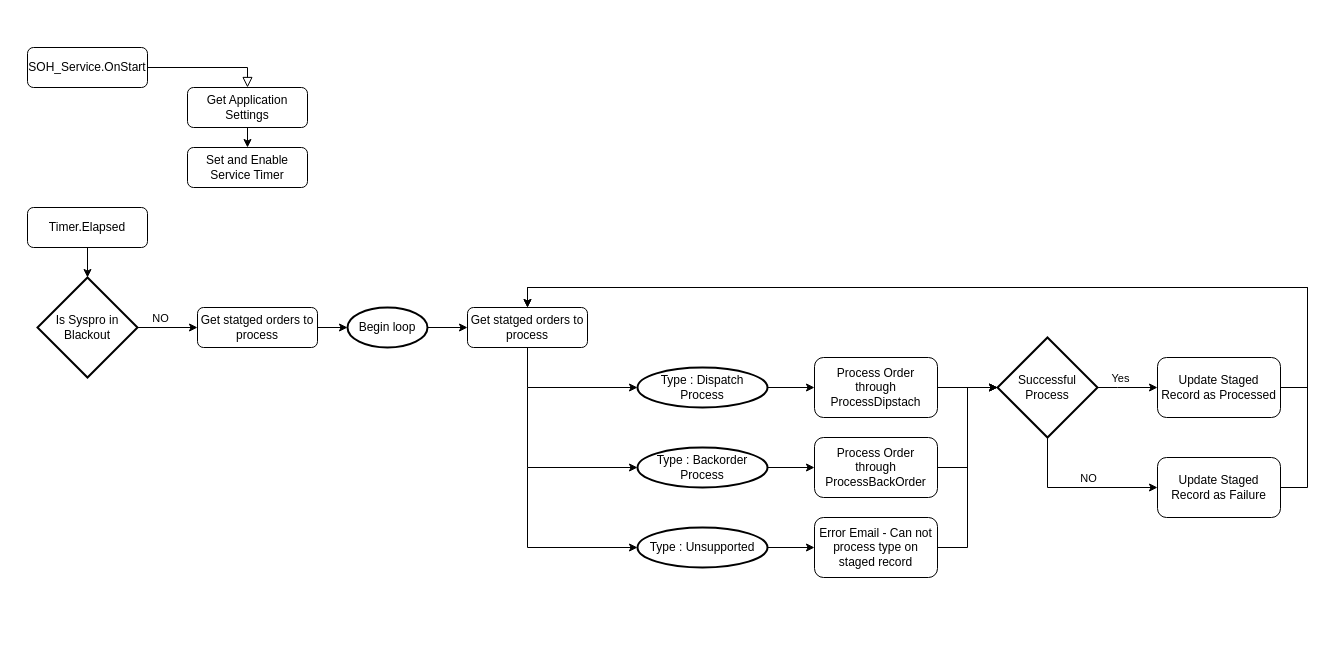
Earlier version of the draw.io diagram page "Main Service Routine" (2 of 4) of Tickets/Normal Tickets/Ticket 32322 - SCT PO Automation/NewVersionSOHservice.drawio (DevJustinP/WIP). Source tidied: cells renumbered, new cells numbered last; positions are measured from the earlier drawing's top-left corner, leaving out a move shared by most shapes. Both pictures are drawn from the tidied source at 100%, with x=0, y=0 at pixel (27, 47).
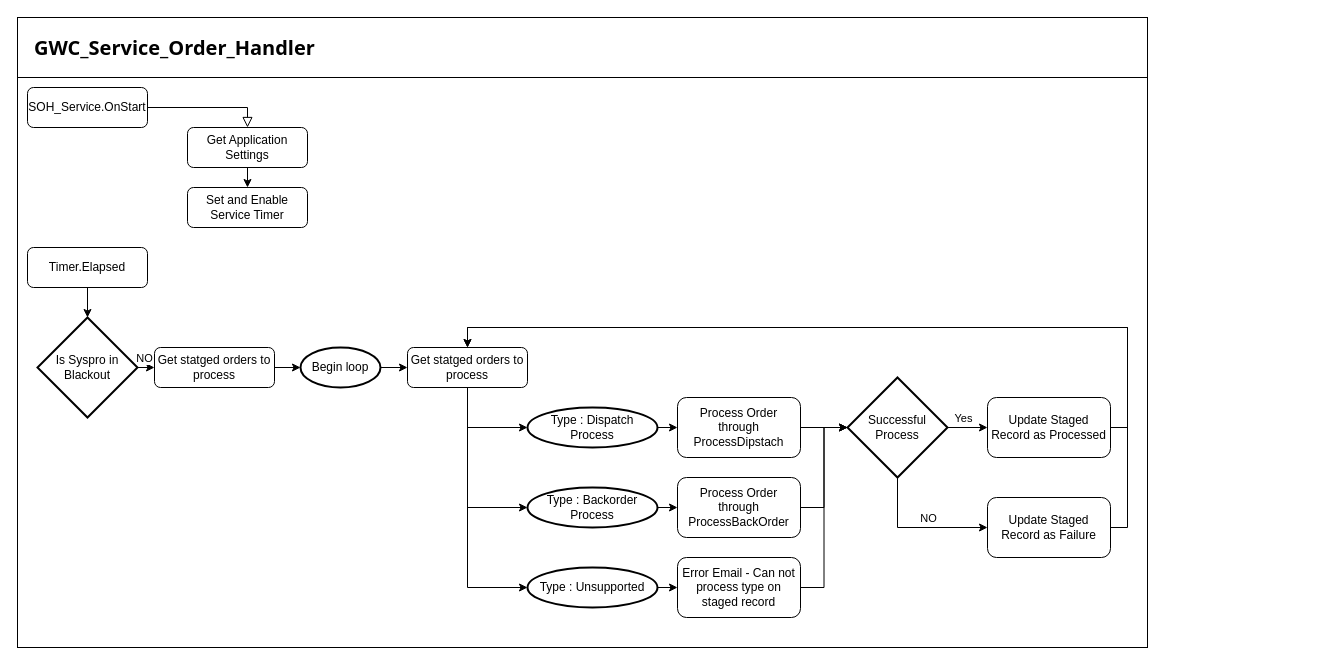
Above is the later version.

Change to the diagram source:
```diff
@@
+    <mxCell id="41" value="GWC_Service_Order_Handler" style="rounded=0;whiteSpace=wrap;html=1;fontFamily=Tahoma;fontStyle=1;fontSize=20;align=left;spacingLeft=15;" parent="1" vertex="1">
+      <mxGeometry x="-10" y="-30" width="1130" height="60" as="geometry" />
+    </mxCell>
+    <mxCell id="42" style="rounded=0;whiteSpace=wrap;html=1;fontFamily=Tahoma;fontSize=20;" parent="1" vertex="1">
+      <mxGeometry x="-10" y="30" width="1130" height="570" as="geometry" />
+    </mxCell>
@@
     <mxCell id="3" value="SOH_Service.OnStart" style="rounded=1;whiteSpace=wrap;html=1;fontSize=12;glass=0;strokeWidth=1;shadow=0;" parent="1" vertex="1">
-      <mxGeometry width="120" height="40" as="geometry" />
+      <mxGeometry y="40" width="120" height="40" as="geometry" />
     </mxCell>
@@
     <mxCell id="5" value="Get Application Settings" style="rounded=1;whiteSpace=wrap;html=1;fontSize=12;glass=0;strokeWidth=1;shadow=0;" parent="1" vertex="1">
-      <mxGeometry x="160" y="40" width="120" height="40" as="geometry" />
+      <mxGeometry x="160" y="80" width="120" height="40" as="geometry" />
     </mxCell>
     <mxCell id="6" value="Set and Enable Service Timer" style="rounded=1;whiteSpace=wrap;html=1;fontSize=12;glass=0;strokeWidth=1;shadow=0;" parent="1" vertex="1">
-      <mxGeometry x="160" y="100" width="120" height="40" as="geometry" />
+      <mxGeometry x="160" y="140" width="120" height="40" as="geometry" />
     </mxCell>
@@
     <mxCell id="8" value="Timer.Elapsed" style="rounded=1;whiteSpace=wrap;html=1;fontSize=12;glass=0;strokeWidth=1;shadow=0;" parent="1" vertex="1">
-      <mxGeometry y="160" width="120" height="40" as="geometry" />
+      <mxGeometry y="200" width="120" height="40" as="geometry" />
     </mxCell>
@@
     <mxCell id="11" value="Is Syspro in Blackout" style="strokeWidth=2;html=1;shape=mxgraph.flowchart.decision;whiteSpace=wrap;" parent="1" vertex="1">
-      <mxGeometry x="10" y="230" width="100" height="100" as="geometry" />
+      <mxGeometry x="10" y="270" width="100" height="100" as="geometry" />
     </mxCell>
@@
+    <mxCell id="43" style="edgeStyle=orthogonalEdgeStyle;rounded=0;jettySize=auto;html=1;entryX=0;entryY=0.5;entryDx=0;entryDy=0;entryPerimeter=0;" parent="1" edge="1" source="13" target="23">
+      <mxGeometry relative="1" as="geometry" />
+    </mxCell>
     <mxCell id="13" value="Get statged orders to process" style="rounded=1;whiteSpace=wrap;html=1;fontSize=12;glass=0;strokeWidth=1;shadow=0;" parent="1" vertex="1">
-      <mxGeometry x="440" y="260" width="120" height="40" as="geometry" />
+      <mxGeometry x="380" y="300" width="120" height="40" as="geometry" />
     </mxCell>
@@
     <mxCell id="15" value="Begin loop" style="strokeWidth=2;html=1;shape=mxgraph.flowchart.start_1;whiteSpace=wrap;" parent="1" vertex="1">
-      <mxGeometry x="320" y="260" width="80" height="40" as="geometry" />
+      <mxGeometry x="273" y="300" width="80" height="40" as="geometry" />
     </mxCell>
@@
     <mxCell id="17" value="Get statged orders to process" style="rounded=1;whiteSpace=wrap;html=1;fontSize=12;glass=0;strokeWidth=1;shadow=0;" parent="1" vertex="1">
-      <mxGeometry x="170" y="260" width="120" height="40" as="geometry" />
+      <mxGeometry x="127" y="300" width="120" height="40" as="geometry" />
     </mxCell>
@@
     <mxCell id="19" value="Type : Backorder Process" style="strokeWidth=2;html=1;shape=mxgraph.flowchart.start_1;whiteSpace=wrap;" parent="1" vertex="1">
-      <mxGeometry x="610" y="400" width="130" height="40" as="geometry" />
+      <mxGeometry x="500" y="440" width="130" height="40" as="geometry" />
     </mxCell>
@@
     <mxCell id="21" value="Type : Dispatch Process" style="strokeWidth=2;html=1;shape=mxgraph.flowchart.start_1;whiteSpace=wrap;" parent="1" vertex="1">
-      <mxGeometry x="610" y="320" width="130" height="40" as="geometry" />
+      <mxGeometry x="500" y="360" width="130" height="40" as="geometry" />
     </mxCell>
@@
-    <mxCell id="23" value="Type : Unsupported" style="strokeWidth=2;html=1;shape=mxgraph.flowchart.start_1;whiteSpace=wrap;" parent="1" vertex="1">
-      <mxGeometry x="610" y="480" width="130" height="40" as="geometry" />
-    </mxCell>
-    <mxCell id="24" style="edgeStyle=orthogonalEdgeStyle;rounded=0;jettySize=auto;html=1;entryX=0;entryY=0.5;entryDx=0;entryDy=0;entryPerimeter=0;" parent="1" edge="1" target="19">
-      <mxGeometry relative="1" as="geometry">
-        <mxPoint x="500" y="340" as="sourcePoint" />
-        <Array as="points">
-          <mxPoint x="500" y="420" />
-        </Array>
-      </mxGeometry>
+    <mxCell id="24" style="edgeStyle=orthogonalEdgeStyle;rounded=0;jettySize=auto;html=1;entryX=0;entryY=0.5;entryDx=0;entryDy=0;entryPerimeter=0;exitX=0.5;exitY=1;exitDx=0;exitDy=0;" parent="1" edge="1" source="13" target="19">
+      <mxGeometry relative="1" as="geometry" />
     </mxCell>
-    <mxCell id="25" style="edgeStyle=orthogonalEdgeStyle;rounded=0;orthogonalLoop=1;jettySize=auto;html=1;entryX=0;entryY=0.5;entryDx=0;entryDy=0;entryPerimeter=0;" parent="1" edge="1">
+    <mxCell id="25" style="edgeStyle=orthogonalEdgeStyle;rounded=0;jettySize=auto;html=1;entryX=0;entryY=0.5;entryDx=0;entryDy=0;entryPerimeter=0;startArrow=none;" parent="1" edge="1" source="23">
       <mxGeometry relative="1" as="geometry">
-        <mxPoint x="500" y="420" as="sourcePoint" />
-        <mxPoint x="610" y="500" as="targetPoint" />
+        <mxPoint x="610" y="540" as="targetPoint" />
         <Array as="points">
-          <mxPoint x="500" y="500" />
+          <mxPoint x="500" y="540" />
         </Array>
       </mxGeometry>
     </mxCell>
@@
     <mxCell id="27" value="Process Order through ProcessDipstach" style="rounded=1;whiteSpace=wrap;html=1;fontSize=12;glass=0;strokeWidth=1;shadow=0;" parent="1" vertex="1">
-      <mxGeometry x="787" y="310" width="123" height="60" as="geometry" />
+      <mxGeometry x="650" y="350" width="123" height="60" as="geometry" />
     </mxCell>
@@
     <mxCell id="29" value="Process Order through ProcessBackOrder" style="rounded=1;whiteSpace=wrap;html=1;fontSize=12;glass=0;strokeWidth=1;shadow=0;" parent="1" vertex="1">
-      <mxGeometry x="787" y="390" width="123" height="60" as="geometry" />
+      <mxGeometry x="650" y="430" width="123" height="60" as="geometry" />
     </mxCell>
@@
     <mxCell id="31" value="Error Email - Can not process type on staged record" style="rounded=1;whiteSpace=wrap;html=1;fontSize=12;glass=0;strokeWidth=1;shadow=0;" parent="1" vertex="1">
-      <mxGeometry x="787" y="470" width="123" height="60" as="geometry" />
+      <mxGeometry x="650" y="510" width="123" height="60" as="geometry" />
     </mxCell>
@@
     <mxCell id="34" style="edgeStyle=orthogonalEdgeStyle;rounded=0;jettySize=auto;html=1;entryX=0;entryY=0.5;entryDx=0;entryDy=0;" parent="1" edge="1" source="36" target="38">
-      <mxGeometry relative="1" as="geometry">
-        <Array as="points">
-          <mxPoint x="1090" y="340" />
-          <mxPoint x="1090" y="340" />
-        </Array>
-      </mxGeometry>
+      <mxGeometry relative="1" as="geometry" />
     </mxCell>
@@
     <mxCell id="36" value="Successful Process" style="strokeWidth=2;html=1;shape=mxgraph.flowchart.decision;whiteSpace=wrap;" parent="1" vertex="1">
-      <mxGeometry x="970" y="290" width="100" height="100" as="geometry" />
+      <mxGeometry x="820" y="330" width="100" height="100" as="geometry" />
     </mxCell>
     <mxCell id="37" style="edgeStyle=orthogonalEdgeStyle;rounded=0;jettySize=auto;html=1;entryX=0.5;entryY=0;entryDx=0;entryDy=0;" parent="1" edge="1" source="38" target="13">
       <mxGeometry relative="1" as="geometry">
         <Array as="points">
-          <mxPoint x="1280" y="340" />
-          <mxPoint x="1280" y="240" />
-          <mxPoint x="500" y="240" />
+          <mxPoint x="1100" y="380" />
+          <mxPoint x="1100" y="280" />
+          <mxPoint x="440" y="280" />
         </Array>
       </mxGeometry>
     </mxCell>
     <mxCell id="38" value="Update Staged Record as Processed" style="rounded=1;whiteSpace=wrap;html=1;fontSize=12;glass=0;strokeWidth=1;shadow=0;" parent="1" vertex="1">
-      <mxGeometry x="1130" y="310" width="123" height="60" as="geometry" />
+      <mxGeometry x="960" y="350" width="123" height="60" as="geometry" />
     </mxCell>
     <mxCell id="39" style="edgeStyle=orthogonalEdgeStyle;rounded=0;jettySize=auto;html=1;exitX=1;exitY=0.5;exitDx=0;exitDy=0;entryX=0.5;entryY=0;entryDx=0;entryDy=0;" parent="1" edge="1" source="40" target="13">
       <mxGeometry relative="1" as="geometry">
         <Array as="points">
-          <mxPoint x="1280" y="440" />
-          <mxPoint x="1280" y="240" />
-          <mxPoint x="500" y="240" />
+          <mxPoint x="1100" y="480" />
+          <mxPoint x="1100" y="280" />
+          <mxPoint x="440" y="280" />
         </Array>
       </mxGeometry>
     </mxCell>
     <mxCell id="40" value="Update Staged Record as Failure" style="rounded=1;whiteSpace=wrap;html=1;fontSize=12;glass=0;strokeWidth=1;shadow=0;" parent="1" vertex="1">
-      <mxGeometry x="1130" y="410" width="123" height="60" as="geometry" />
+      <mxGeometry x="960" y="450" width="123" height="60" as="geometry" />
     </mxCell>
+    <mxCell id="23" value="Type : Unsupported" style="strokeWidth=2;html=1;shape=mxgraph.flowchart.start_1;whiteSpace=wrap;" parent="1" vertex="1">
+      <mxGeometry x="500" y="520" width="130" height="40" as="geometry" />
+    </mxCell>
```
